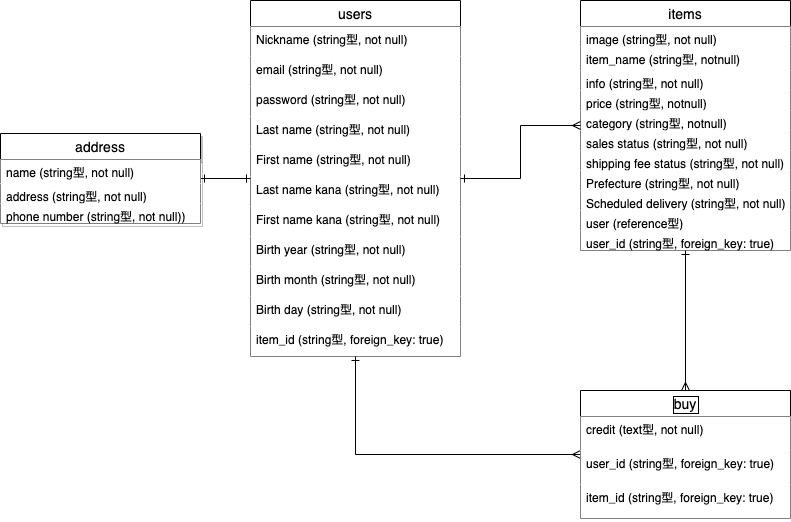
Above: test.drawio.png in teru0429/furima-33042 (draw.io), before the change. Source tidied: cells renumbered, new cells last; positions are measured from the earlier drawing's top-left corner, leaving out a move shared by most shapes.
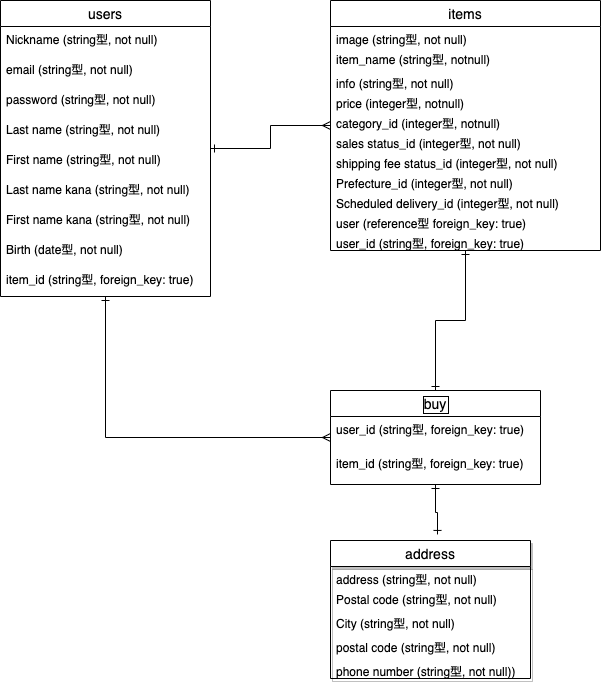
After the change.

Diff of the diagram source:
```diff
@@ -2,77 +2,71 @@
   <root>
     <mxCell id="0" />
     <mxCell id="1" parent="0" />
-    <mxCell id="2" value="users" style="swimlane;fontStyle=0;horizontal=1;startSize=26;align=center;fontSize=14;fillColor=#FFFFFF;" parent="1" vertex="1">
-      <mxGeometry x="250" width="210" height="356" as="geometry" />
+    <mxCell id="2" value="users" style="swimlane;fontStyle=0;horizontal=1;startSize=26;align=center;fontSize=14;" parent="1" vertex="1">
+      <mxGeometry x="250" width="210" height="296" as="geometry" />
     </mxCell>
-    <mxCell id="3" value="Nickname (string型, not null)" style="text;strokeColor=none;fillColor=#FFFFFF;spacingLeft=4;spacingRight=4;overflow=hidden;fontSize=12;" parent="2" vertex="1">
+    <mxCell id="3" value="Nickname (string型, not null)" style="text;strokeColor=none;fillColor=none;spacingLeft=4;spacingRight=4;overflow=hidden;fontSize=12;" parent="2" vertex="1">
       <mxGeometry y="26" width="210" height="30" as="geometry" />
     </mxCell>
-    <mxCell id="4" value="email (string型, not null)" style="text;strokeColor=none;fillColor=#FFFFFF;spacingLeft=4;spacingRight=4;overflow=hidden;fontSize=12;" parent="2" vertex="1">
+    <mxCell id="4" value="email (string型, not null)" style="text;strokeColor=none;fillColor=none;spacingLeft=4;spacingRight=4;overflow=hidden;fontSize=12;" parent="2" vertex="1">
       <mxGeometry y="56" width="210" height="30" as="geometry" />
     </mxCell>
-    <mxCell id="5" value="password (string型, not null)" style="text;strokeColor=none;fillColor=#FFFFFF;spacingLeft=4;spacingRight=4;overflow=hidden;fontSize=12;" parent="2" vertex="1">
+    <mxCell id="5" value="password (string型, not null)" style="text;strokeColor=none;fillColor=none;spacingLeft=4;spacingRight=4;overflow=hidden;fontSize=12;" parent="2" vertex="1">
       <mxGeometry y="86" width="210" height="30" as="geometry" />
     </mxCell>
-    <mxCell id="6" value="Last name (string型, not null)" style="text;strokeColor=none;fillColor=#FFFFFF;spacingLeft=4;spacingRight=4;overflow=hidden;fontSize=12;" parent="2" vertex="1">
+    <mxCell id="6" value="Last name (string型, not null)" style="text;strokeColor=none;fillColor=none;spacingLeft=4;spacingRight=4;overflow=hidden;fontSize=12;" parent="2" vertex="1">
       <mxGeometry y="116" width="210" height="30" as="geometry" />
     </mxCell>
-    <mxCell id="7" value="First name (string型, not null)" style="text;strokeColor=none;fillColor=#FFFFFF;spacingLeft=4;spacingRight=4;overflow=hidden;fontSize=12;" parent="2" vertex="1">
+    <mxCell id="7" value="First name (string型, not null)" style="text;strokeColor=none;fillColor=none;spacingLeft=4;spacingRight=4;overflow=hidden;fontSize=12;" parent="2" vertex="1">
       <mxGeometry y="146" width="210" height="30" as="geometry" />
     </mxCell>
-    <mxCell id="8" value="Last name kana (string型, not null)" style="text;strokeColor=none;fillColor=#FFFFFF;spacingLeft=4;spacingRight=4;overflow=hidden;fontSize=12;" parent="2" vertex="1">
+    <mxCell id="8" value="Last name kana (string型, not null)" style="text;strokeColor=none;fillColor=none;spacingLeft=4;spacingRight=4;overflow=hidden;fontSize=12;" parent="2" vertex="1">
       <mxGeometry y="176" width="210" height="30" as="geometry" />
     </mxCell>
-    <mxCell id="9" value="First name kana (string型, not null)" style="text;strokeColor=none;fillColor=#FFFFFF;spacingLeft=4;spacingRight=4;overflow=hidden;fontSize=12;" parent="2" vertex="1">
+    <mxCell id="9" value="First name kana (string型, not null)" style="text;strokeColor=none;fillColor=none;spacingLeft=4;spacingRight=4;overflow=hidden;fontSize=12;" parent="2" vertex="1">
       <mxGeometry y="206" width="210" height="30" as="geometry" />
     </mxCell>
-    <mxCell id="10" value="Birth year (string型, not null)" style="text;strokeColor=none;fillColor=#FFFFFF;spacingLeft=4;spacingRight=4;overflow=hidden;fontSize=12;" parent="2" vertex="1">
+    <mxCell id="10" value="Birth (date型, not null)" style="text;strokeColor=none;fillColor=none;spacingLeft=4;spacingRight=4;overflow=hidden;fontSize=12;" parent="2" vertex="1">
       <mxGeometry y="236" width="210" height="30" as="geometry" />
     </mxCell>
-    <mxCell id="11" value="Birth month (string型, not null)" style="text;strokeColor=none;fillColor=#FFFFFF;spacingLeft=4;spacingRight=4;overflow=hidden;fontSize=12;" parent="2" vertex="1">
-      <mxGeometry y="266" width="210" height="30" as="geometry" />
-    </mxCell>
-    <mxCell id="12" value="Birth day (string型, not null)" style="text;strokeColor=none;fillColor=#FFFFFF;spacingLeft=4;spacingRight=4;overflow=hidden;fontSize=12;" parent="2" vertex="1">
-      <mxGeometry y="296" width="210" height="30" as="geometry" />
-    </mxCell>
-    <mxCell id="13" value="item_id (string型, foreign_key: true)" style="text;strokeColor=none;fillColor=#FFFFFF;spacingLeft=4;spacingRight=4;overflow=hidden;fontSize=12;" parent="2" vertex="1">
-      <mxGeometry y="326" width="210" height="30" as="geometry" />
+    <mxCell id="13" value="item_id (string型, foreign_key: true)" style="text;strokeColor=none;fillColor=none;spacingLeft=4;spacingRight=4;overflow=hidden;fontSize=12;" parent="2" vertex="1">
+      <mxGeometry y="266" width="210" height="30" as="geometry" />
     </mxCell>
-    <mxCell id="14" value="items" style="swimlane;fontStyle=0;horizontal=1;startSize=26;align=center;fontSize=14;fillColor=#FFFFFF;" parent="1" vertex="1">
-      <mxGeometry x="580" width="210" height="250" as="geometry" />
+    <mxCell id="14" value="items" style="swimlane;fontStyle=0;horizontal=1;startSize=26;align=center;fontSize=14;" parent="1" vertex="1">
+      <mxGeometry x="580" width="270" height="250" as="geometry" />
     </mxCell>
-    <mxCell id="15" value="image (string型, not null)" style="text;strokeColor=none;fillColor=#FFFFFF;spacingLeft=4;spacingRight=4;overflow=hidden;fontSize=12;" parent="14" vertex="1">
-      <mxGeometry y="26" width="210" height="20" as="geometry" />
+    <mxCell id="15" value="image (string型, not null)" style="text;strokeColor=none;fillColor=none;spacingLeft=4;spacingRight=4;overflow=hidden;fontSize=12;" parent="14" vertex="1">
+      <mxGeometry y="26" width="270" height="20" as="geometry" />
     </mxCell>
-    <mxCell id="16" value="item_name (string型, notnull)" style="text;strokeColor=none;fillColor=#FFFFFF;spacingLeft=4;spacingRight=4;overflow=hidden;fontSize=12;" parent="14" vertex="1">
-      <mxGeometry y="46" width="210" height="24" as="geometry" />
+    <mxCell id="16" value="item_name (string型, notnull)" style="text;strokeColor=none;fillColor=none;spacingLeft=4;spacingRight=4;overflow=hidden;fontSize=12;" parent="14" vertex="1">
+      <mxGeometry y="46" width="270" height="24" as="geometry" />
     </mxCell>
-    <mxCell id="17" value="info (string型, not null)" style="text;strokeColor=none;fillColor=#FFFFFF;spacingLeft=4;spacingRight=4;overflow=hidden;fontSize=12;" parent="14" vertex="1">
-      <mxGeometry y="70" width="210" height="20" as="geometry" />
+    <mxCell id="17" value="info (string型, not null)" style="text;strokeColor=none;fillColor=none;spacingLeft=4;spacingRight=4;overflow=hidden;fontSize=12;" parent="14" vertex="1">
+      <mxGeometry y="70" width="270" height="20" as="geometry" />
     </mxCell>
-    <mxCell id="18" value="price (string型, notnull)" style="text;strokeColor=none;fillColor=#FFFFFF;spacingLeft=4;spacingRight=4;overflow=hidden;fontSize=12;" parent="14" vertex="1">
-      <mxGeometry y="90" width="210" height="20" as="geometry" />
+    <mxCell id="18" value="price (integer型, notnull)" style="text;strokeColor=none;fillColor=none;spacingLeft=4;spacingRight=4;overflow=hidden;fontSize=12;" parent="14" vertex="1">
+      <mxGeometry y="90" width="270" height="20" as="geometry" />
     </mxCell>
-    <mxCell id="19" value="category (string型, notnull)" style="text;strokeColor=none;fillColor=#FFFFFF;spacingLeft=4;spacingRight=4;overflow=hidden;fontSize=12;" parent="14" vertex="1">
-      <mxGeometry y="110" width="210" height="20" as="geometry" />
+    <mxCell id="19" value="category_id (integer型, notnull)" style="text;strokeColor=none;fillColor=none;spacingLeft=4;spacingRight=4;overflow=hidden;fontSize=12;" parent="14" vertex="1">
+      <mxGeometry y="110" width="270" height="20" as="geometry" />
     </mxCell>
-    <mxCell id="20" value="sales status (string型, not null)" style="text;strokeColor=none;fillColor=#FFFFFF;spacingLeft=4;spacingRight=4;overflow=hidden;fontSize=12;" parent="14" vertex="1">
-      <mxGeometry y="130" width="210" height="20" as="geometry" />
+    <mxCell id="20" value="sales status_id (integer型, not null)" style="text;strokeColor=none;fillColor=none;spacingLeft=4;spacingRight=4;overflow=hidden;fontSize=12;" parent="14" vertex="1">
+      <mxGeometry y="130" width="270" height="20" as="geometry" />
     </mxCell>
-    <mxCell id="21" value="shipping fee status (string型, not null)" style="text;strokeColor=none;fillColor=#FFFFFF;spacingLeft=4;spacingRight=4;overflow=hidden;fontSize=12;" parent="14" vertex="1">
-      <mxGeometry y="150" width="210" height="20" as="geometry" />
+    <mxCell id="21" value="shipping fee status_id (integer型, not null)" style="text;strokeColor=none;fillColor=none;spacingLeft=4;spacingRight=4;overflow=hidden;fontSize=12;" parent="14" vertex="1">
+      <mxGeometry y="150" width="270" height="20" as="geometry" />
     </mxCell>
-    <mxCell id="22" value="Prefecture (string型, not null)" style="text;strokeColor=none;fillColor=#FFFFFF;spacingLeft=4;spacingRight=4;overflow=hidden;fontSize=12;" parent="14" vertex="1">
-      <mxGeometry y="170" width="210" height="20" as="geometry" />
+    <mxCell id="22" value="Prefecture_id (integer型, not null)" style="text;strokeColor=none;fillColor=none;spacingLeft=4;spacingRight=4;overflow=hidden;fontSize=12;" parent="14" vertex="1">
+      <mxGeometry y="170" width="270" height="20" as="geometry" />
     </mxCell>
-    <mxCell id="23" value="Scheduled delivery (string型, not null)" style="text;strokeColor=none;fillColor=#FFFFFF;spacingLeft=4;spacingRight=4;overflow=hidden;fontSize=12;" parent="14" vertex="1">
-      <mxGeometry y="190" width="210" height="20" as="geometry" />
+    <mxCell id="23" value="Scheduled delivery_id (integer型, not null)" style="text;strokeColor=none;fillColor=none;spacingLeft=4;spacingRight=4;overflow=hidden;fontSize=12;" parent="14" vertex="1">
+      <mxGeometry y="190" width="270" height="20" as="geometry" />
     </mxCell>
-    <mxCell id="24" value="user (reference型)" style="text;strokeColor=none;fillColor=#FFFFFF;spacingLeft=4;spacingRight=4;overflow=hidden;fontSize=12;" parent="14" vertex="1">
-      <mxGeometry y="210" width="210" height="20" as="geometry" />
+    <mxCell id="24" value="user (reference型 foreign_key: true)" style="text;strokeColor=none;fillColor=none;spacingLeft=4;spacingRight=4;overflow=hidden;fontSize=12;" parent="14" vertex="1">
+      <mxGeometry y="210" width="270" height="20" as="geometry" />
     </mxCell>
-    <mxCell id="25" value="user_id (string型, foreign_key: true)" style="text;strokeColor=none;fillColor=#FFFFFF;spacingLeft=4;spacingRight=4;overflow=hidden;fontSize=12;" parent="14" vertex="1">
-      <mxGeometry y="230" width="210" height="20" as="geometry" />
+    <mxCell id="25" value="user_id (string型, foreign_key: true)" style="text;strokeColor=none;fillColor=none;spacingLeft=4;spacingRight=4;overflow=hidden;fontSize=12;" parent="14" vertex="1">
+      <mxGeometry y="230" width="270" height="20" as="geometry" />
     </mxCell>
     <mxCell id="26" style="edgeStyle=orthogonalEdgeStyle;rounded=0;jettySize=auto;html=1;startArrow=ERone;startFill=0;endArrow=ERmany;endFill=0;" parent="1" edge="1" source="2" target="14">
       <mxGeometry relative="1" as="geometry" />
@@ -80,35 +74,38 @@
     <mxCell id="27" style="edgeStyle=orthogonalEdgeStyle;rounded=0;jettySize=auto;html=1;startArrow=ERmany;startFill=0;endArrow=ERone;endFill=0;" parent="1" edge="1" source="34" target="2">
       <mxGeometry relative="1" as="geometry" />
     </mxCell>
-    <mxCell id="28" style="edgeStyle=orthogonalEdgeStyle;rounded=0;jettySize=auto;html=1;startArrow=ERmany;startFill=0;endArrow=ERone;endFill=0;" parent="1" edge="1" source="34" target="14">
+    <mxCell id="28" style="edgeStyle=orthogonalEdgeStyle;rounded=0;jettySize=auto;html=1;startArrow=ERone;startFill=0;endArrow=ERone;endFill=0;" parent="1" edge="1" source="34" target="14">
       <mxGeometry relative="1" as="geometry" />
     </mxCell>
-    <mxCell id="29" style="edgeStyle=orthogonalEdgeStyle;rounded=0;jettySize=auto;html=1;startArrow=ERone;startFill=0;endArrow=ERone;endFill=0;" parent="1" edge="1" source="30" target="2">
+    <mxCell id="29" style="edgeStyle=orthogonalEdgeStyle;rounded=0;jettySize=auto;html=1;startArrow=ERone;startFill=0;endArrow=ERone;endFill=0;exitX=0.535;exitY=-0.044;exitDx=0;exitDy=0;exitPerimeter=0;" parent="1" edge="1" source="30" target="34">
       <mxGeometry relative="1" as="geometry" />
     </mxCell>
-    <mxCell id="30" value="address" style="swimlane;fontStyle=0;horizontal=1;startSize=26;align=center;fontSize=14;shadow=1;fillColor=#FFFFFF;" parent="1" vertex="1">
-      <mxGeometry y="133" width="200" height="90" as="geometry" />
+    <mxCell id="30" value="address" style="swimlane;fontStyle=0;horizontal=1;startSize=26;align=center;fontSize=14;shadow=1;" parent="1" vertex="1">
+      <mxGeometry x="580" y="540" width="200" height="138" as="geometry" />
     </mxCell>
+    <mxCell id="32" value="address (string型, not null)" style="text;strokeColor=none;fillColor=none;spacingLeft=4;spacingRight=4;overflow=hidden;fontSize=12;" parent="30" vertex="1">
+      <mxGeometry y="26" width="200" height="20" as="geometry" />
+    </mxCell>
-    <mxCell id="31" value="name (string型, not null)" style="text;strokeColor=none;fillColor=#FFFFFF;spacingLeft=4;spacingRight=4;overflow=hidden;fontSize=12;" parent="30" vertex="1">
-      <mxGeometry y="26" width="200" height="24" as="geometry" />
+    <mxCell id="31" value="Postal code (string型, not null)" style="text;strokeColor=none;fillColor=none;spacingLeft=4;spacingRight=4;overflow=hidden;fontSize=12;" parent="30" vertex="1">
+      <mxGeometry y="46" width="200" height="24" as="geometry" />
     </mxCell>
-    <mxCell id="32" value="address (string型, not null)" style="text;strokeColor=none;fillColor=#FFFFFF;spacingLeft=4;spacingRight=4;overflow=hidden;fontSize=12;" parent="30" vertex="1">
-      <mxGeometry y="50" width="200" height="20" as="geometry" />
-    </mxCell>
+    <mxCell id="38" value="City (string型, not null)" style="text;strokeColor=none;fillColor=none;spacingLeft=4;spacingRight=4;overflow=hidden;fontSize=12;" parent="30" vertex="1">
+      <mxGeometry y="70" width="200" height="24" as="geometry" />
+    </mxCell>
+    <mxCell id="39" value="postal code (string型, not null)" style="text;strokeColor=none;fillColor=none;spacingLeft=4;spacingRight=4;overflow=hidden;fontSize=12;" parent="30" vertex="1">
+      <mxGeometry y="94" width="200" height="24" as="geometry" />
+    </mxCell>
-    <mxCell id="33" value="phone number (string型, not null))" style="text;strokeColor=none;fillColor=#FFFFFF;spacingLeft=4;spacingRight=4;overflow=hidden;fontSize=12;" parent="30" vertex="1">
-      <mxGeometry y="70" width="200" height="20" as="geometry" />
+    <mxCell id="33" value="phone number (string型, not null))" style="text;strokeColor=none;fillColor=none;spacingLeft=4;spacingRight=4;overflow=hidden;fontSize=12;" parent="30" vertex="1">
+      <mxGeometry y="118" width="200" height="20" as="geometry" />
     </mxCell>
-    <mxCell id="34" value="buy" style="swimlane;fontStyle=0;horizontal=1;startSize=26;align=center;fontSize=14;labelBorderColor=#000000;fillColor=#FFFFFF;" parent="1" vertex="1">
-      <mxGeometry x="580" y="390" width="210" height="128" as="geometry" />
+    <mxCell id="34" value="buy" style="swimlane;fontStyle=0;horizontal=1;startSize=26;align=center;fontSize=14;labelBorderColor=#000000;" parent="1" vertex="1">
+      <mxGeometry x="580" y="390" width="210" height="94" as="geometry" />
     </mxCell>
-    <mxCell id="35" value="credit (text型, not null)" style="text;strokeColor=none;fillColor=#FFFFFF;spacingLeft=4;spacingRight=4;overflow=hidden;fontSize=12;" parent="34" vertex="1">
-      <mxGeometry y="26" width="210" height="34" as="geometry" />
-    </mxCell>
-    <mxCell id="36" value="user_id (string型, foreign_key: true)" style="text;strokeColor=none;fillColor=#FFFFFF;spacingLeft=4;spacingRight=4;overflow=hidden;fontSize=12;" parent="34" vertex="1">
-      <mxGeometry y="60" width="210" height="34" as="geometry" />
+    <mxCell id="36" value="user_id (string型, foreign_key: true)" style="text;strokeColor=none;fillColor=none;spacingLeft=4;spacingRight=4;overflow=hidden;fontSize=12;" parent="34" vertex="1">
+      <mxGeometry y="26" width="210" height="34" as="geometry" />
     </mxCell>
-    <mxCell id="37" value="item_id (string型, foreign_key: true)" style="text;strokeColor=none;fillColor=#FFFFFF;spacingLeft=4;spacingRight=4;overflow=hidden;fontSize=12;" parent="34" vertex="1">
-      <mxGeometry y="94" width="210" height="34" as="geometry" />
+    <mxCell id="37" value="item_id (string型, foreign_key: true)" style="text;strokeColor=none;fillColor=none;spacingLeft=4;spacingRight=4;overflow=hidden;fontSize=12;" parent="34" vertex="1">
+      <mxGeometry y="60" width="210" height="34" as="geometry" />
     </mxCell>
   </root>
 </mxGraphModel>
```
